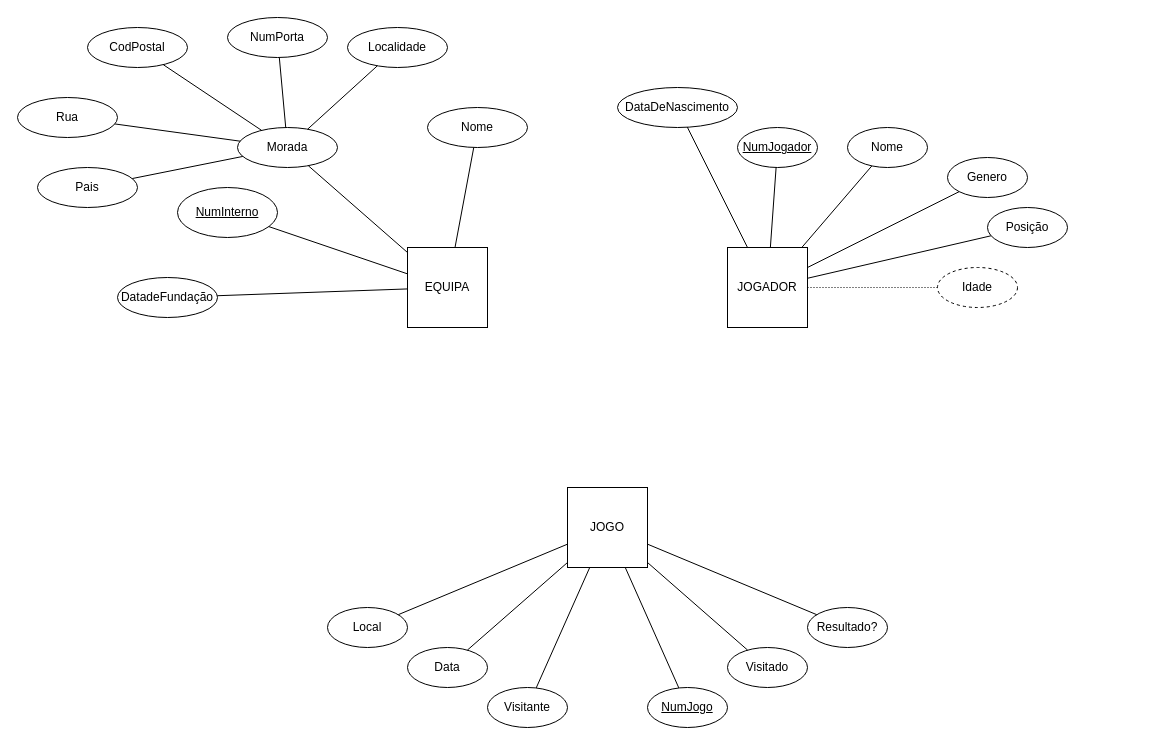
danymota1P/Diagrama keeps this draw.io diagram as Equipas.drawio. Above is the earlier version. Source tidied: cells renumbered, new cells numbered last; positions are measured from the earlier drawing's top-left corner, leaving out a move shared by most shapes. Both pictures are drawn from the tidied source at 100%, with x=0, y=0 at pixel (17, 17).
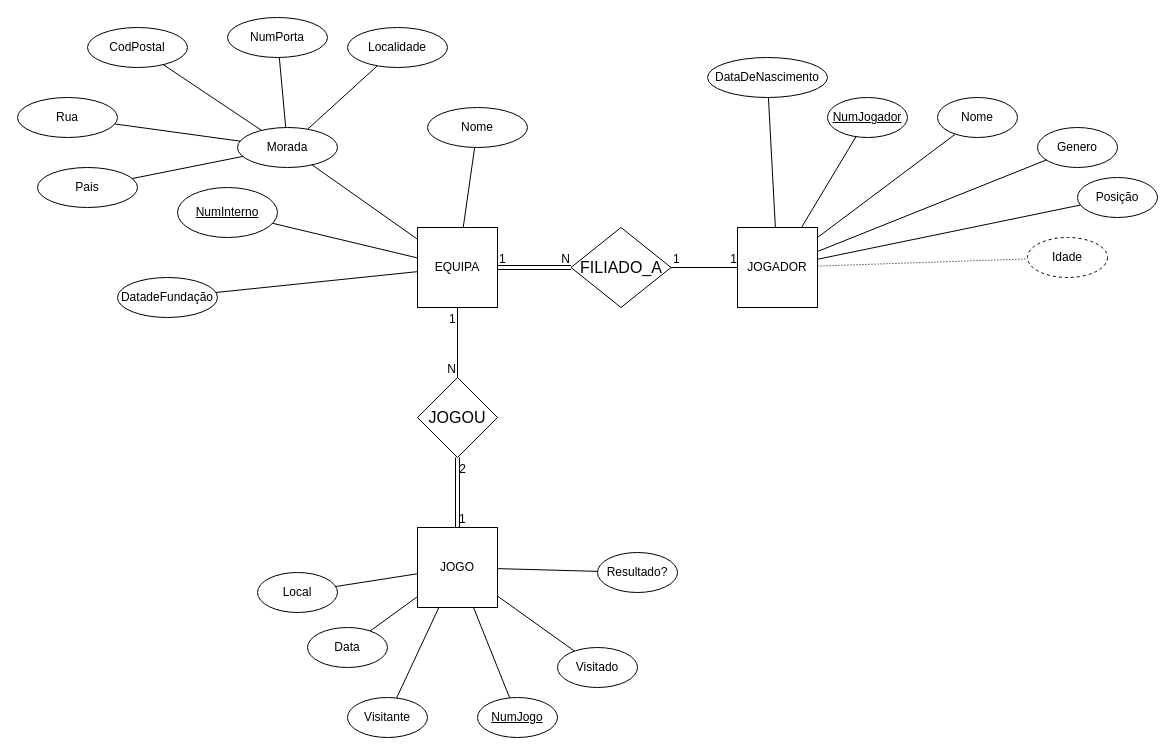
Above is the later version.

Change to the diagram source:
```diff
@@
     <mxCell id="2" value="EQUIPA" style="rounded=0;whiteSpace=wrap;html=1;" parent="1" vertex="1">
-      <mxGeometry x="390" y="230" width="80" height="80" as="geometry" />
+      <mxGeometry x="400" y="210" width="80" height="80" as="geometry" />
     </mxCell>
     <mxCell id="3" value="JOGADOR" style="rounded=0;whiteSpace=wrap;html=1;" parent="1" vertex="1">
-      <mxGeometry x="710" y="230" width="80" height="80" as="geometry" />
+      <mxGeometry x="720" y="210" width="80" height="80" as="geometry" />
     </mxCell>
     <mxCell id="4" value="JOGO" style="rounded=0;whiteSpace=wrap;html=1;" parent="1" vertex="1">
-      <mxGeometry x="550" y="470" width="80" height="80" as="geometry" />
+      <mxGeometry x="400" y="510" width="80" height="80" as="geometry" />
     </mxCell>
     <mxCell id="5" value="Data" style="ellipse;whiteSpace=wrap;html=1;align=center;" parent="1" vertex="1">
-      <mxGeometry x="390" y="630" width="80" height="40" as="geometry" />
+      <mxGeometry x="290" y="610" width="80" height="40" as="geometry" />
     </mxCell>
     <mxCell id="6" value="Resultado?" style="ellipse;whiteSpace=wrap;html=1;align=center;" parent="1" vertex="1">
-      <mxGeometry x="790" y="590" width="80" height="40" as="geometry" />
+      <mxGeometry x="580" y="535" width="80" height="40" as="geometry" />
     </mxCell>
@@
     <mxCell id="12" value="Local" style="ellipse;whiteSpace=wrap;html=1;align=center;" parent="1" vertex="1">
-      <mxGeometry x="310" y="590" width="80" height="40" as="geometry" />
+      <mxGeometry x="240" y="555" width="80" height="40" as="geometry" />
     </mxCell>
     <mxCell id="13" value="Visitante" style="ellipse;whiteSpace=wrap;html=1;align=center;" parent="1" vertex="1">
-      <mxGeometry x="470" y="670" width="80" height="40" as="geometry" />
+      <mxGeometry x="330" y="680" width="80" height="40" as="geometry" />
     </mxCell>
@@
     <mxCell id="15" value="Visitado" style="ellipse;whiteSpace=wrap;html=1;align=center;" parent="1" vertex="1">
-      <mxGeometry x="710" y="630" width="80" height="40" as="geometry" />
+      <mxGeometry x="540" y="630" width="80" height="40" as="geometry" />
     </mxCell>
@@
     <mxCell id="17" value="NumJogo" style="ellipse;whiteSpace=wrap;html=1;align=center;fontStyle=4;" parent="1" vertex="1">
-      <mxGeometry x="630" y="670" width="80" height="40" as="geometry" />
+      <mxGeometry x="460" y="680" width="80" height="40" as="geometry" />
     </mxCell>
@@
     <mxCell id="29" value="NumJogador" style="ellipse;whiteSpace=wrap;html=1;align=center;fontStyle=4;" parent="1" vertex="1">
-      <mxGeometry x="720" y="110" width="80" height="40" as="geometry" />
+      <mxGeometry x="810" y="80" width="80" height="40" as="geometry" />
     </mxCell>
     <mxCell id="30" value="Nome" style="ellipse;whiteSpace=wrap;html=1;align=center;" parent="1" vertex="1">
-      <mxGeometry x="830" y="110" width="80" height="40" as="geometry" />
+      <mxGeometry x="920" y="80" width="80" height="40" as="geometry" />
     </mxCell>
     <mxCell id="31" value="DataDeNascimento" style="ellipse;whiteSpace=wrap;html=1;align=center;" parent="1" vertex="1">
-      <mxGeometry x="600" y="70" width="120" height="40" as="geometry" />
+      <mxGeometry x="690" y="40" width="120" height="40" as="geometry" />
     </mxCell>
     <mxCell id="32" value="Genero" style="ellipse;whiteSpace=wrap;html=1;align=center;" parent="1" vertex="1">
-      <mxGeometry x="930" y="140" width="80" height="40" as="geometry" />
+      <mxGeometry x="1020" y="110" width="80" height="40" as="geometry" />
     </mxCell>
     <mxCell id="33" value="Posição" style="ellipse;whiteSpace=wrap;html=1;align=center;" parent="1" vertex="1">
-      <mxGeometry x="970" y="190" width="80" height="40" as="geometry" />
+      <mxGeometry x="1060" y="160" width="80" height="40" as="geometry" />
     </mxCell>
@@
     <mxCell id="39" value="Idade" style="ellipse;whiteSpace=wrap;html=1;align=center;dashed=1;" parent="1" vertex="1">
-      <mxGeometry x="920" y="250" width="80" height="40" as="geometry" />
+      <mxGeometry x="1010" y="220" width="80" height="40" as="geometry" />
     </mxCell>
@@
+    <mxCell id="47" value="&lt;span id=&quot;docs-internal-guid-43029da2-7fff-7df8-2cbf-aa00a2b25a1e&quot;&gt;&lt;span style=&quot;font-size: 12pt; font-family: Calibri, sans-serif; background-color: transparent; font-variant-numeric: normal; font-variant-east-asian: normal; font-variant-alternates: normal; font-variant-position: normal; vertical-align: baseline; white-space-collapse: preserve;&quot;&gt;JOGOU&lt;/span&gt;&lt;/span&gt;" style="shape=rhombus;perimeter=rhombusPerimeter;whiteSpace=wrap;html=1;align=center;" parent="1" vertex="1">
+      <mxGeometry x="400" y="360" width="80" height="80" as="geometry" />
+    </mxCell>
+    <mxCell id="48" value="&lt;span id=&quot;docs-internal-guid-9887b025-7fff-62c5-72ed-c3d6865fafb4&quot;&gt;&lt;span style=&quot;font-size: 12pt; font-family: Calibri, sans-serif; background-color: transparent; font-variant-numeric: normal; font-variant-east-asian: normal; font-variant-alternates: normal; font-variant-position: normal; vertical-align: baseline; white-space-collapse: preserve;&quot;&gt;FILIADO_A&lt;/span&gt;&lt;/span&gt;" style="shape=rhombus;perimeter=rhombusPerimeter;whiteSpace=wrap;html=1;align=center;" parent="1" vertex="1">
+      <mxGeometry x="553.5" y="210" width="100" height="80" as="geometry" />
+    </mxCell>
+    <mxCell id="49" style="endArrow=none;html=1;rounded=0;" parent="1" edge="1" source="48" target="3">
+      <mxGeometry relative="1" as="geometry" />
+    </mxCell>
+    <mxCell id="50" value="1" style="html=1;whiteSpace=wrap;align=left;verticalAlign=bottom;" parent="49" vertex="1">
+      <mxGeometry x="-1" relative="1" as="geometry" />
+    </mxCell>
+    <mxCell id="51" value="1" style="html=1;whiteSpace=wrap;align=right;verticalAlign=bottom;" parent="49" vertex="1">
+      <mxGeometry x="1" relative="1" as="geometry" />
+    </mxCell>
+    <mxCell id="52" style="shape=link;html=1;rounded=0;" parent="1" edge="1" source="2" target="48">
+      <mxGeometry relative="1" as="geometry" />
+    </mxCell>
+    <mxCell id="53" value="1" style="html=1;whiteSpace=wrap;align=left;verticalAlign=bottom;" parent="52" vertex="1">
+      <mxGeometry x="-1" relative="1" as="geometry" />
+    </mxCell>
+    <mxCell id="54" value="N" style="html=1;whiteSpace=wrap;align=right;verticalAlign=bottom;" parent="52" vertex="1">
+      <mxGeometry x="1" relative="1" as="geometry" />
+    </mxCell>
+    <mxCell id="55" style="endArrow=none;html=1;rounded=0;" parent="1" edge="1" source="2" target="47">
+      <mxGeometry relative="1" as="geometry" />
+    </mxCell>
+    <mxCell id="56" value="1" style="html=1;whiteSpace=wrap;align=left;verticalAlign=bottom;" parent="55" vertex="1">
+      <mxGeometry x="-1" relative="1" as="geometry">
+        <mxPoint x="-10" y="20" as="offset" />
+      </mxGeometry>
+    </mxCell>
+    <mxCell id="57" value="N" style="html=1;whiteSpace=wrap;align=right;verticalAlign=bottom;" parent="55" vertex="1">
+      <mxGeometry x="1" relative="1" as="geometry" />
+    </mxCell>
+    <mxCell id="58" style="shape=link;html=1;rounded=0;" parent="1" edge="1" source="4">
+      <mxGeometry relative="1" as="geometry">
+        <mxPoint x="440" y="440" as="targetPoint" />
+      </mxGeometry>
+    </mxCell>
+    <mxCell id="59" value="1" style="html=1;whiteSpace=wrap;align=left;verticalAlign=bottom;" parent="58" vertex="1">
+      <mxGeometry x="-1" relative="1" as="geometry" />
+    </mxCell>
+    <mxCell id="60" value="2" style="html=1;whiteSpace=wrap;align=right;verticalAlign=bottom;" parent="58" vertex="1">
+      <mxGeometry x="1" relative="1" as="geometry">
+        <mxPoint x="10" y="20" as="offset" />
+      </mxGeometry>
+    </mxCell>
```
